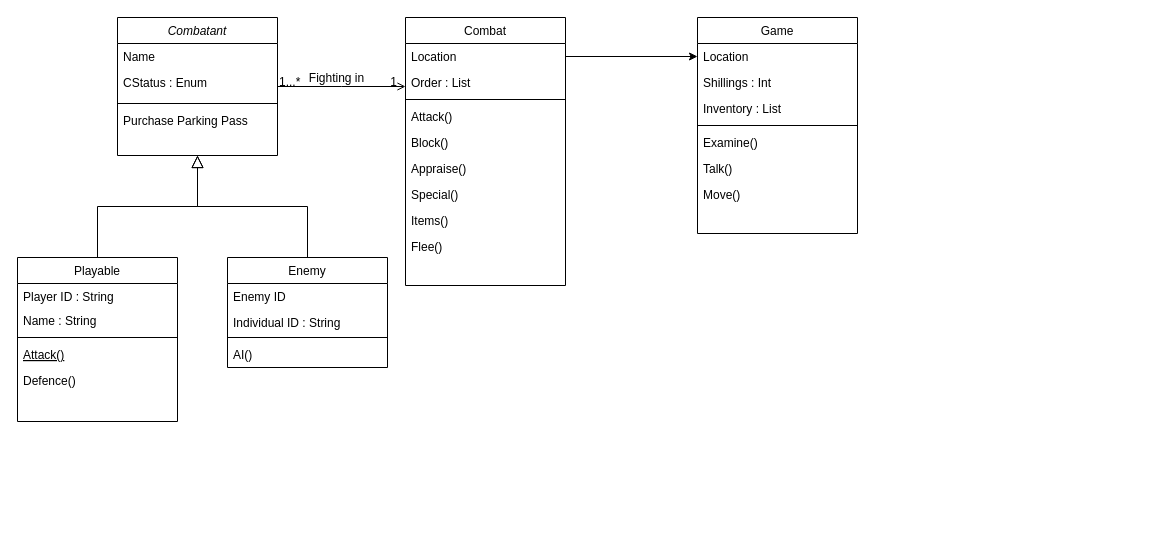
Above: WandW_class.drawio in wildwood44/WildAndWyrdDemo (draw.io), before the change. Source tidied: cells renumbered, new cells numbered last; positions are measured from the earlier drawing's top-left corner, leaving out a move shared by most shapes. Both pictures are drawn from the tidied source at 100%, with x=0, y=0 at pixel (17, 17).
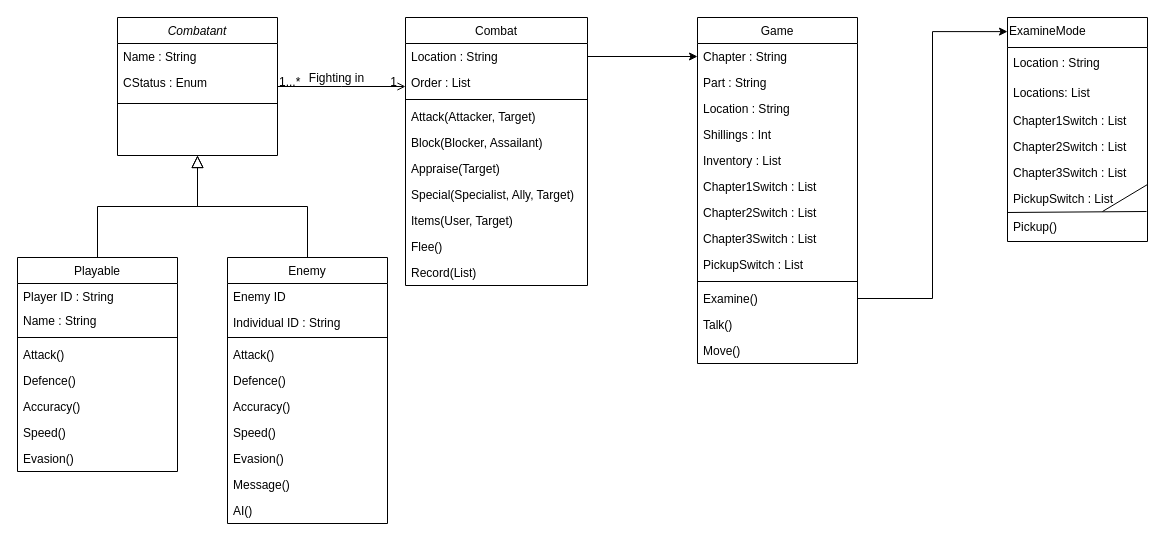
After the change.

Unchanged cells that the change refers to:
```xml
<mxCell id="2" value="Combatant" style="swimlane;fontStyle=2;align=center;verticalAlign=top;horizontal=1;startSize=26;rounded=0;shadow=0;strokeWidth=1;" parent="1" vertex="1">
  <mxGeometry x="100" width="160" height="138" as="geometry" />
</mxCell>
```

Change to the diagram source:
```diff
@@
-    <mxCell id="3" value="Name" style="text;align=left;verticalAlign=top;spacingLeft=4;spacingRight=4;overflow=hidden;" parent="2" vertex="1">
+    <mxCell id="3" value="Name : String" style="text;align=left;verticalAlign=top;spacingLeft=4;spacingRight=4;overflow=hidden;" parent="2" vertex="1">
       <mxGeometry y="26" width="160" height="26" as="geometry" />
     </mxCell>
@@
-    <mxCell id="6" value="Purchase Parking Pass" style="text;align=left;verticalAlign=top;spacingLeft=4;spacingRight=4;overflow=hidden;" parent="2" vertex="1">
-      <mxGeometry y="90" width="160" height="26" as="geometry" />
-    </mxCell>
     <mxCell id="7" value="Playable" style="swimlane;fontStyle=0;align=center;verticalAlign=top;horizontal=1;startSize=26;rounded=0;shadow=0;strokeWidth=1;" parent="1" vertex="1">
-      <mxGeometry y="240" width="160" height="164" as="geometry" />
+      <mxGeometry y="240" width="160" height="214" as="geometry" />
     </mxCell>
@@
-    <mxCell id="11" value="Attack()" style="text;align=left;verticalAlign=top;spacingLeft=4;spacingRight=4;overflow=hidden;fontStyle=4;" parent="7" vertex="1">
+    <mxCell id="11" value="Attack()" style="text;align=left;verticalAlign=top;spacingLeft=4;spacingRight=4;overflow=hidden;fontStyle=0;" parent="7" vertex="1">
       <mxGeometry y="84" width="160" height="26" as="geometry" />
     </mxCell>
@@
+    <mxCell id="43" value="Accuracy()" style="text;align=left;verticalAlign=top;spacingLeft=4;spacingRight=4;overflow=hidden;" parent="7" vertex="1">
+      <mxGeometry y="136" width="160" height="26" as="geometry" />
+    </mxCell>
+    <mxCell id="44" value="Speed()" style="text;align=left;verticalAlign=top;spacingLeft=4;spacingRight=4;overflow=hidden;" parent="7" vertex="1">
+      <mxGeometry y="162" width="160" height="26" as="geometry" />
+    </mxCell>
+    <mxCell id="45" value="Evasion()" style="text;align=left;verticalAlign=top;spacingLeft=4;spacingRight=4;overflow=hidden;" parent="7" vertex="1">
+      <mxGeometry y="188" width="160" height="26" as="geometry" />
+    </mxCell>
@@
     <mxCell id="14" value="Enemy" style="swimlane;fontStyle=0;align=center;verticalAlign=top;horizontal=1;startSize=26;rounded=0;shadow=0;strokeWidth=1;" parent="1" vertex="1">
-      <mxGeometry x="210" y="240" width="160" height="110" as="geometry" />
+      <mxGeometry x="210" y="240" width="160" height="266" as="geometry" />
     </mxCell>
@@
+    <mxCell id="46" value="Attack()" style="text;align=left;verticalAlign=top;spacingLeft=4;spacingRight=4;overflow=hidden;" parent="14" vertex="1">
+      <mxGeometry y="84" width="160" height="26" as="geometry" />
+    </mxCell>
+    <mxCell id="47" value="Defence()" style="text;align=left;verticalAlign=top;spacingLeft=4;spacingRight=4;overflow=hidden;" parent="14" vertex="1">
+      <mxGeometry y="110" width="160" height="26" as="geometry" />
+    </mxCell>
+    <mxCell id="48" value="Accuracy()" style="text;align=left;verticalAlign=top;spacingLeft=4;spacingRight=4;overflow=hidden;" parent="14" vertex="1">
+      <mxGeometry y="136" width="160" height="26" as="geometry" />
+    </mxCell>
+    <mxCell id="49" value="Speed()" style="text;align=left;verticalAlign=top;spacingLeft=4;spacingRight=4;overflow=hidden;" parent="14" vertex="1">
+      <mxGeometry y="162" width="160" height="26" as="geometry" />
+    </mxCell>
+    <mxCell id="50" value="Evasion()" style="text;align=left;verticalAlign=top;spacingLeft=4;spacingRight=4;overflow=hidden;" parent="14" vertex="1">
+      <mxGeometry y="188" width="160" height="26" as="geometry" />
+    </mxCell>
+    <mxCell id="51" value="Message()" style="text;align=left;verticalAlign=top;spacingLeft=4;spacingRight=4;overflow=hidden;" parent="14" vertex="1">
+      <mxGeometry y="214" width="160" height="26" as="geometry" />
+    </mxCell>
     <mxCell id="18" value="AI()" style="text;align=left;verticalAlign=top;spacingLeft=4;spacingRight=4;overflow=hidden;" parent="14" vertex="1">
-      <mxGeometry y="84" width="160" height="26" as="geometry" />
+      <mxGeometry y="240" width="160" height="26" as="geometry" />
     </mxCell>
@@
     <mxCell id="20" value="Combat" style="swimlane;fontStyle=0;align=center;verticalAlign=top;horizontal=1;startSize=26;rounded=0;shadow=0;strokeWidth=1;" parent="1" vertex="1">
-      <mxGeometry x="388" width="160" height="268" as="geometry" />
+      <mxGeometry x="388" width="182" height="268" as="geometry" />
     </mxCell>
-    <mxCell id="21" value="Location" style="text;align=left;verticalAlign=top;spacingLeft=4;spacingRight=4;overflow=hidden;points=[[0,0.5],[1,0.5]];portConstraint=eastwest;" parent="20" vertex="1">
-      <mxGeometry y="26" width="160" height="26" as="geometry" />
+    <mxCell id="21" value="Location : String" style="text;align=left;verticalAlign=top;spacingLeft=4;spacingRight=4;overflow=hidden;points=[[0,0.5],[1,0.5]];portConstraint=eastwest;" parent="20" vertex="1">
+      <mxGeometry y="26" width="182" height="26" as="geometry" />
     </mxCell>
     <mxCell id="22" value="Order : List" style="text;align=left;verticalAlign=top;spacingLeft=4;spacingRight=4;overflow=hidden;" parent="20" vertex="1">
-      <mxGeometry y="52" width="160" height="26" as="geometry" />
+      <mxGeometry y="52" width="182" height="26" as="geometry" />
     </mxCell>
     <mxCell id="23" style="line;html=1;strokeWidth=1;align=left;verticalAlign=middle;spacingTop=-1;spacingLeft=3;spacingRight=3;labelPosition=right;" parent="20" vertex="1">
-      <mxGeometry y="78" width="160" height="8" as="geometry" />
+      <mxGeometry y="78" width="182" height="8" as="geometry" />
     </mxCell>
-    <mxCell id="24" value="Attack()" style="text;align=left;verticalAlign=top;spacingLeft=4;spacingRight=4;overflow=hidden;" parent="20" vertex="1">
-      <mxGeometry y="86" width="160" height="26" as="geometry" />
+    <mxCell id="24" value="Attack(Attacker, Target)" style="text;align=left;verticalAlign=top;spacingLeft=4;spacingRight=4;overflow=hidden;" parent="20" vertex="1">
+      <mxGeometry y="86" width="182" height="26" as="geometry" />
     </mxCell>
-    <mxCell id="25" value="Block()" style="text;align=left;verticalAlign=top;spacingLeft=4;spacingRight=4;overflow=hidden;" parent="20" vertex="1">
-      <mxGeometry y="112" width="160" height="26" as="geometry" />
+    <mxCell id="25" value="Block(Blocker, Assailant)" style="text;align=left;verticalAlign=top;spacingLeft=4;spacingRight=4;overflow=hidden;" parent="20" vertex="1">
+      <mxGeometry y="112" width="182" height="26" as="geometry" />
     </mxCell>
-    <mxCell id="26" value="Appraise()" style="text;align=left;verticalAlign=top;spacingLeft=4;spacingRight=4;overflow=hidden;" parent="20" vertex="1">
-      <mxGeometry y="138" width="160" height="26" as="geometry" />
+    <mxCell id="26" value="Appraise(Target)" style="text;align=left;verticalAlign=top;spacingLeft=4;spacingRight=4;overflow=hidden;" parent="20" vertex="1">
+      <mxGeometry y="138" width="182" height="26" as="geometry" />
     </mxCell>
-    <mxCell id="27" value="Special()" style="text;align=left;verticalAlign=top;spacingLeft=4;spacingRight=4;overflow=hidden;" parent="20" vertex="1">
-      <mxGeometry y="164" width="160" height="26" as="geometry" />
+    <mxCell id="27" value="Special(Specialist, Ally, Target)" style="text;align=left;verticalAlign=top;spacingLeft=4;spacingRight=4;overflow=hidden;" parent="20" vertex="1">
+      <mxGeometry y="164" width="182" height="26" as="geometry" />
     </mxCell>
-    <mxCell id="28" value="Items()" style="text;align=left;verticalAlign=top;spacingLeft=4;spacingRight=4;overflow=hidden;" parent="20" vertex="1">
-      <mxGeometry y="190" width="160" height="26" as="geometry" />
+    <mxCell id="28" value="Items(User, Target)" style="text;align=left;verticalAlign=top;spacingLeft=4;spacingRight=4;overflow=hidden;" parent="20" vertex="1">
+      <mxGeometry y="190" width="182" height="26" as="geometry" />
     </mxCell>
     <mxCell id="29" value="Flee()" style="text;align=left;verticalAlign=top;spacingLeft=4;spacingRight=4;overflow=hidden;" parent="20" vertex="1">
-      <mxGeometry y="216" width="160" height="26" as="geometry" />
+      <mxGeometry y="216" width="182" height="26" as="geometry" />
     </mxCell>
+    <mxCell id="52" value="Record(List)" style="text;align=left;verticalAlign=top;spacingLeft=4;spacingRight=4;overflow=hidden;" parent="20" vertex="1">
+      <mxGeometry y="242" width="182" height="26" as="geometry" />
+    </mxCell>
@@
     <mxCell id="34" value="Game" style="swimlane;fontStyle=0;align=center;verticalAlign=top;horizontal=1;startSize=26;rounded=0;shadow=0;strokeWidth=1;" parent="1" vertex="1">
-      <mxGeometry x="680" width="160" height="216" as="geometry" />
+      <mxGeometry x="680" width="160" height="346" as="geometry" />
     </mxCell>
+    <mxCell id="53" value="Chapter : String" style="text;align=left;verticalAlign=top;spacingLeft=4;spacingRight=4;overflow=hidden;points=[[0,0.5],[1,0.5]];portConstraint=eastwest;" parent="34" vertex="1">
+      <mxGeometry y="26" width="160" height="26" as="geometry" />
+    </mxCell>
+    <mxCell id="54" value="Part : String" style="text;align=left;verticalAlign=top;spacingLeft=4;spacingRight=4;overflow=hidden;" parent="34" vertex="1">
+      <mxGeometry y="52" width="160" height="26" as="geometry" />
+    </mxCell>
-    <mxCell id="35" value="Location" style="text;align=left;verticalAlign=top;spacingLeft=4;spacingRight=4;overflow=hidden;points=[[0,0.5],[1,0.5]];portConstraint=eastwest;" parent="34" vertex="1">
-      <mxGeometry y="26" width="160" height="26" as="geometry" />
+    <mxCell id="35" value="Location : String" style="text;align=left;verticalAlign=top;spacingLeft=4;spacingRight=4;overflow=hidden;points=[[0,0.5],[1,0.5]];portConstraint=eastwest;" parent="34" vertex="1">
+      <mxGeometry y="78" width="160" height="26" as="geometry" />
     </mxCell>
     <mxCell id="36" value="Shillings : Int" style="text;align=left;verticalAlign=top;spacingLeft=4;spacingRight=4;overflow=hidden;" parent="34" vertex="1">
-      <mxGeometry y="52" width="160" height="26" as="geometry" />
+      <mxGeometry y="104" width="160" height="26" as="geometry" />
     </mxCell>
     <mxCell id="37" value="Inventory : List" style="text;align=left;verticalAlign=top;spacingLeft=4;spacingRight=4;overflow=hidden;" parent="34" vertex="1">
-      <mxGeometry y="78" width="160" height="26" as="geometry" />
+      <mxGeometry y="130" width="160" height="26" as="geometry" />
     </mxCell>
+    <mxCell id="55" value="Chapter1Switch : List" style="text;align=left;verticalAlign=top;spacingLeft=4;spacingRight=4;overflow=hidden;" parent="34" vertex="1">
+      <mxGeometry y="156" width="160" height="26" as="geometry" />
+    </mxCell>
+    <mxCell id="56" value="Chapter2Switch : List" style="text;align=left;verticalAlign=top;spacingLeft=4;spacingRight=4;overflow=hidden;" parent="34" vertex="1">
+      <mxGeometry y="182" width="160" height="26" as="geometry" />
+    </mxCell>
+    <mxCell id="57" value="Chapter3Switch : List" style="text;align=left;verticalAlign=top;spacingLeft=4;spacingRight=4;overflow=hidden;" parent="34" vertex="1">
+      <mxGeometry y="208" width="160" height="26" as="geometry" />
+    </mxCell>
+    <mxCell id="58" value="PickupSwitch : List" style="text;align=left;verticalAlign=top;spacingLeft=4;spacingRight=4;overflow=hidden;" parent="34" vertex="1">
+      <mxGeometry y="234" width="160" height="26" as="geometry" />
+    </mxCell>
     <mxCell id="38" style="line;html=1;strokeWidth=1;align=left;verticalAlign=middle;spacingTop=-1;spacingLeft=3;spacingRight=3;labelPosition=right;" parent="34" vertex="1">
-      <mxGeometry y="104" width="160" height="8" as="geometry" />
+      <mxGeometry y="260" width="160" height="8" as="geometry" />
     </mxCell>
     <mxCell id="39" value="Examine()" style="text;align=left;verticalAlign=top;spacingLeft=4;spacingRight=4;overflow=hidden;points=[[0,0.5],[1,0.5]];portConstraint=eastwest;" parent="34" vertex="1">
-      <mxGeometry y="112" width="160" height="26" as="geometry" />
+      <mxGeometry y="268" width="160" height="26" as="geometry" />
     </mxCell>
     <mxCell id="40" value="Talk()" style="text;align=left;verticalAlign=top;spacingLeft=4;spacingRight=4;overflow=hidden;" parent="34" vertex="1">
-      <mxGeometry y="138" width="160" height="26" as="geometry" />
+      <mxGeometry y="294" width="160" height="26" as="geometry" />
     </mxCell>
     <mxCell id="41" value="Move()" style="text;align=left;verticalAlign=top;spacingLeft=4;spacingRight=4;overflow=hidden;" parent="34" vertex="1">
-      <mxGeometry y="164" width="160" height="26" as="geometry" />
+      <mxGeometry y="320" width="160" height="26" as="geometry" />
     </mxCell>
-    <mxCell id="42" style="edgeStyle=orthogonalEdgeStyle;rounded=0;jettySize=auto;html=1;" parent="1" edge="1" source="21" target="35">
+    <mxCell id="42" style="edgeStyle=orthogonalEdgeStyle;rounded=0;jettySize=auto;html=1;entryX=0;entryY=0.5;entryDx=0;entryDy=0;" parent="1" edge="1" source="21" target="53">
       <mxGeometry relative="1" as="geometry" />
     </mxCell>
+    <mxCell id="59" value="ExamineMode" style="swimlane;fontStyle=0;horizontal=1;startSize=30;align=left;verticalAlign=top;html=0;" parent="1" vertex="1">
+      <mxGeometry x="990" width="140" height="224" as="geometry" />
+    </mxCell>
+    <mxCell id="60" value="Location : String" style="text;strokeColor=none;fillColor=none;align=left;verticalAlign=middle;spacingLeft=4;spacingRight=4;overflow=hidden;html=0;" parent="59" vertex="1">
+      <mxGeometry y="30" width="140" height="30" as="geometry" />
+    </mxCell>
+    <mxCell id="61" value="Locations: List" style="text;strokeColor=none;fillColor=none;align=left;verticalAlign=middle;spacingLeft=4;spacingRight=4;overflow=hidden;html=0;" parent="59" vertex="1">
+      <mxGeometry y="60" width="140" height="30" as="geometry" />
+    </mxCell>
+    <mxCell id="62" value="Chapter1Switch : List" style="text;align=left;verticalAlign=top;spacingLeft=4;spacingRight=4;overflow=hidden;" parent="59" vertex="1">
+      <mxGeometry y="90" width="140" height="26" as="geometry" />
+    </mxCell>
+    <mxCell id="63" value="Chapter2Switch : List" style="text;align=left;verticalAlign=top;spacingLeft=4;spacingRight=4;overflow=hidden;" parent="59" vertex="1">
+      <mxGeometry y="116" width="140" height="26" as="geometry" />
+    </mxCell>
+    <mxCell id="64" value="Chapter3Switch : List" style="text;align=left;verticalAlign=top;spacingLeft=4;spacingRight=4;overflow=hidden;" parent="59" vertex="1">
+      <mxGeometry y="142" width="140" height="26" as="geometry" />
+    </mxCell>
+    <mxCell id="65" style="endArrow=none;html=1;rounded=0;startArrow=none;" parent="59" edge="1" source="67">
+      <mxGeometry relative="1" as="geometry">
+        <mxPoint x="140" y="167" as="targetPoint" />
+      </mxGeometry>
+    </mxCell>
+    <mxCell id="66" value="PickupSwitch : List" style="text;align=left;verticalAlign=top;spacingLeft=4;spacingRight=4;overflow=hidden;" parent="59" vertex="1">
+      <mxGeometry y="168" width="140" height="26" as="geometry" />
+    </mxCell>
+    <mxCell id="67" value="Pickup()" style="text;strokeColor=none;fillColor=none;align=left;verticalAlign=middle;spacingLeft=4;spacingRight=4;overflow=hidden;points=[[0,0.5],[1,0.5]];portConstraint=eastwest;html=0;" parent="59" vertex="1">
+      <mxGeometry y="194" width="140" height="30" as="geometry" />
+    </mxCell>
+    <mxCell id="68" style="endArrow=none;html=1;rounded=0;entryX=0;entryY=0.033;entryDx=0;entryDy=0;entryPerimeter=0;exitX=0.993;exitY=0;exitDx=0;exitDy=0;exitPerimeter=0;" parent="59" edge="1" source="67" target="67">
+      <mxGeometry relative="1" as="geometry" />
+    </mxCell>
+    <mxCell id="69" style="edgeStyle=orthogonalEdgeStyle;rounded=0;jettySize=auto;html=1;entryX=0;entryY=0.063;entryDx=0;entryDy=0;entryPerimeter=0;" parent="1" edge="1" source="39" target="59">
+      <mxGeometry relative="1" as="geometry" />
+    </mxCell>
```
